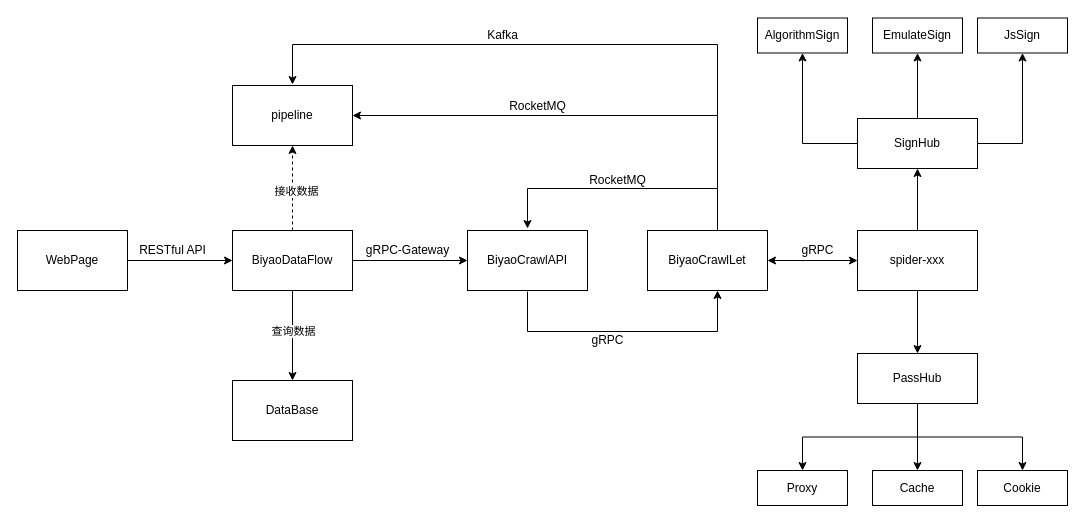
This is Untitled Diagram.drawio from fovegage/argocd-lab, a draw.io file, before an edit. Source tidied: cells renumbered, new cells numbered last; positions are measured from the earlier drawing's top-left corner, leaving out a move shared by most shapes. Both pictures are drawn from the tidied source at 100%, with x=0, y=0 at pixel (17, 18).
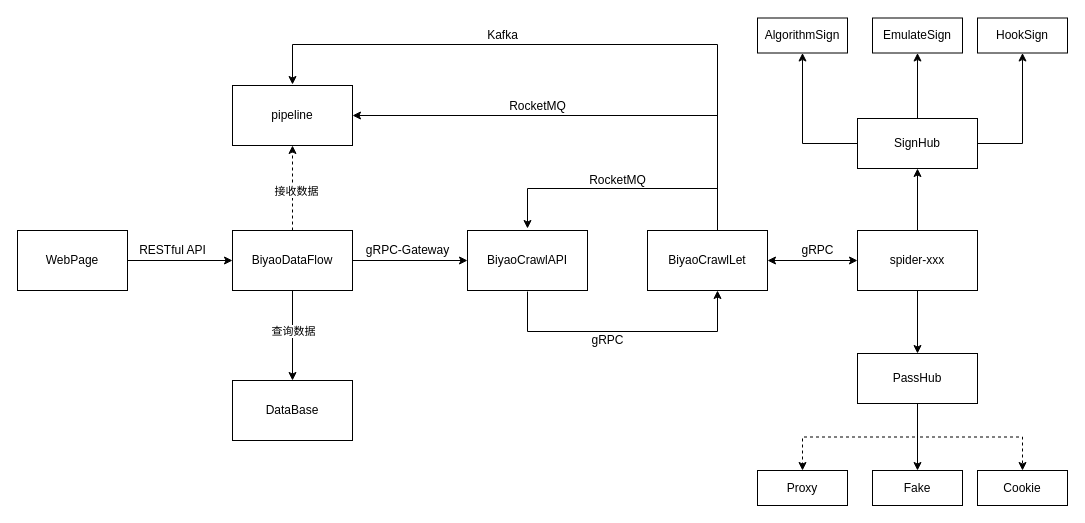
After the change.

Unchanged cells that the change refers to:
```xml
<mxCell id="34" value="PassHub" style="rounded=0;whiteSpace=wrap;html=1;" parent="1" vertex="1">
  <mxGeometry x="840" y="335" width="120" height="50" as="geometry" />
</mxCell>
<mxCell id="38" value="Proxy" style="rounded=0;whiteSpace=wrap;html=1;" parent="1" vertex="1">
  <mxGeometry x="740" y="452" width="90" height="35" as="geometry" />
</mxCell>
<mxCell id="39" value="Cookie" style="rounded=0;whiteSpace=wrap;html=1;" parent="1" vertex="1">
  <mxGeometry x="960" y="452" width="90" height="35" as="geometry" />
</mxCell>
```

Change to the diagram source:
```diff
@@
-    <mxCell id="31" style="edgeStyle=orthogonalEdgeStyle;rounded=0;jettySize=auto;html=1;exitX=0.5;exitY=1;exitDx=0;exitDy=0;" parent="1" edge="1" source="34" target="38">
+    <mxCell id="31" style="edgeStyle=orthogonalEdgeStyle;rounded=0;jettySize=auto;html=1;exitX=0.5;exitY=1;exitDx=0;exitDy=0;dashed=1;" parent="1" edge="1" source="34" target="38">
       <mxGeometry relative="1" as="geometry" />
     </mxCell>
-    <mxCell id="32" style="edgeStyle=orthogonalEdgeStyle;rounded=0;jettySize=auto;html=1;entryX=0.5;entryY=0;entryDx=0;entryDy=0;" parent="1" edge="1" source="34" target="39">
+    <mxCell id="32" style="edgeStyle=orthogonalEdgeStyle;rounded=0;jettySize=auto;html=1;entryX=0.5;entryY=0;entryDx=0;entryDy=0;dashed=1;" parent="1" edge="1" source="34" target="39">
       <mxGeometry relative="1" as="geometry" />
     </mxCell>
@@
-    <mxCell id="37" value="JsSign" style="rounded=0;whiteSpace=wrap;html=1;" parent="1" vertex="1">
+    <mxCell id="37" value="HookSign" style="rounded=0;whiteSpace=wrap;html=1;" parent="1" vertex="1">
       <mxGeometry x="960" y="-0.5" width="90" height="35" as="geometry" />
     </mxCell>
@@
-    <mxCell id="41" value="Cache" style="rounded=0;whiteSpace=wrap;html=1;" parent="1" vertex="1">
+    <mxCell id="41" value="Fake" style="rounded=0;whiteSpace=wrap;html=1;" parent="1" vertex="1">
       <mxGeometry x="855" y="452" width="90" height="35" as="geometry" />
     </mxCell>
```
